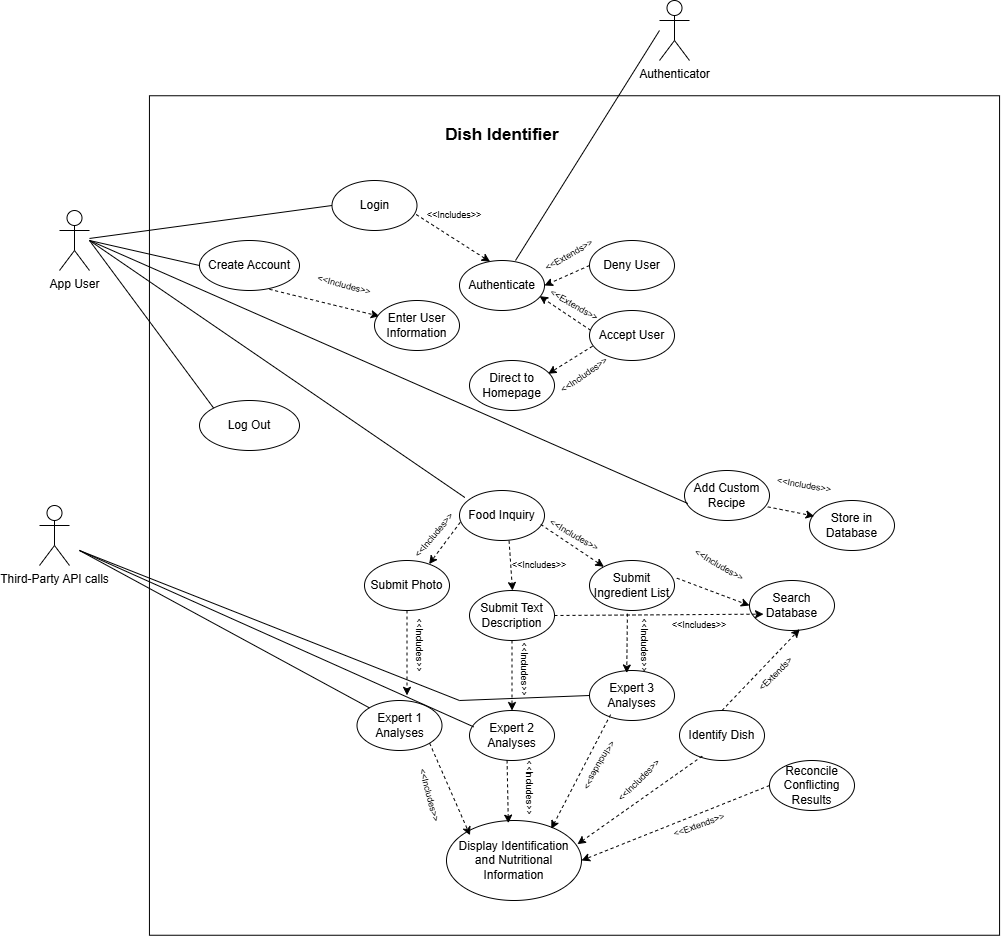
Earlier version of the draw.io export image/3_use_case_diagram.png (tasnint/3A04-Project). Source tidied: cells renumbered, new cells last; positions are measured from the earlier drawing's top-left corner, leaving out a move shared by most shapes.
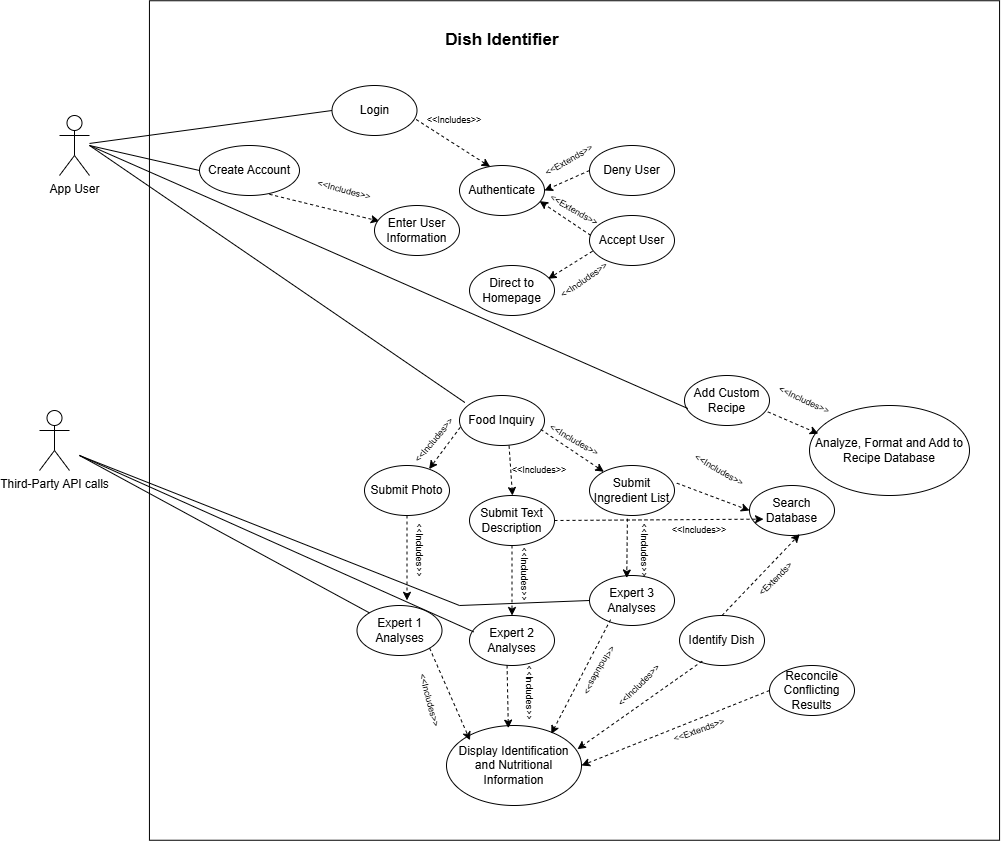
After the commit.

Commit message:
updated use case diagram

Change to the diagram source:
```diff
@@ -70,15 +70,6 @@
     <mxCell id="23" value="&lt;font&gt;&amp;lt;&amp;lt;Includes&amp;gt;&amp;gt;&lt;/font&gt;" style="text;html=1;align=center;verticalAlign=middle;whiteSpace=wrap;rounded=0;rotation=-35;fontSize=9;" parent="1" vertex="1">
       <mxGeometry x="515" y="360" width="60" height="30" as="geometry" />
     </mxCell>
-    <mxCell id="24" value="Authenticator" style="shape=umlActor;verticalLabelPosition=bottom;verticalAlign=top;html=1;" parent="1" vertex="1">
-      <mxGeometry x="620" width="30" height="60" as="geometry" />
-    </mxCell>
-    <mxCell id="25" style="endArrow=none;html=1;rounded=0;" parent="1" edge="1">
-      <mxGeometry relative="1" as="geometry">
-        <mxPoint x="476" y="260" as="sourcePoint" />
-        <mxPoint x="620" y="30" as="targetPoint" />
-      </mxGeometry>
-    </mxCell>
     <mxCell id="26" value="Food Inquiry" style="ellipse;whiteSpace=wrap;html=1;" parent="1" vertex="1">
       <mxGeometry x="420" y="490" width="85" height="50" as="geometry" />
     </mxCell>
@@ -164,11 +155,11 @@
     <mxCell id="52" value="Add Custom Recipe" style="ellipse;whiteSpace=wrap;html=1;" parent="1" vertex="1">
       <mxGeometry x="645" y="470" width="85" height="50" as="geometry" />
     </mxCell>
-    <mxCell id="53" value="Store in Database" style="ellipse;whiteSpace=wrap;html=1;" parent="1" vertex="1">
-      <mxGeometry x="770" y="500" width="85" height="50" as="geometry" />
+    <mxCell id="53" value="Analyze, Format and Add to Recipe Database" style="ellipse;whiteSpace=wrap;html=1;" parent="1" vertex="1">
+      <mxGeometry x="770" y="500" width="160" height="90" as="geometry" />
     </mxCell>
-    <mxCell id="54" value="&lt;font&gt;&amp;lt;&amp;lt;Includes&amp;gt;&amp;gt;&lt;/font&gt;" style="text;html=1;align=center;verticalAlign=middle;whiteSpace=wrap;rounded=0;rotation=10;fontSize=9;" parent="1" vertex="1">
-      <mxGeometry x="735" y="470" width="60" height="30" as="geometry" />
+    <mxCell id="54" value="&lt;font&gt;&amp;lt;&amp;lt;Includes&amp;gt;&amp;gt;&lt;/font&gt;" style="text;html=1;align=center;verticalAlign=middle;whiteSpace=wrap;rounded=0;rotation=25;fontSize=9;" parent="1" vertex="1">
+      <mxGeometry x="735" y="480" width="60" height="30" as="geometry" />
     </mxCell>
     <mxCell id="55" style="endArrow=classic;html=1;rounded=0;dashed=1;entryX=1;entryY=0.5;entryDx=0;entryDy=0;exitX=0;exitY=0.5;exitDx=0;exitDy=0;" parent="1" edge="1" source="56" target="41">
       <mxGeometry relative="1" as="geometry" />
@@ -246,13 +237,5 @@
     <mxCell id="74" value="&lt;font&gt;&amp;lt;&amp;lt;Includes&amp;gt;&amp;gt;&lt;/font&gt;" style="text;html=1;align=center;verticalAlign=middle;whiteSpace=wrap;rounded=0;rotation=90;fontSize=9;" parent="1" vertex="1">
       <mxGeometry x="575" y="630" width="60" height="30" as="geometry" />
     </mxCell>
-    <mxCell id="75" value="Log Out" style="ellipse;whiteSpace=wrap;html=1;" parent="1" vertex="1">
-      <mxGeometry x="160" y="400" width="100" height="50" as="geometry" />
-    </mxCell>
-    <mxCell id="76" style="endArrow=none;html=1;rounded=0;entryX=0;entryY=0;entryDx=0;entryDy=0;" parent="1" edge="1" target="75">
-      <mxGeometry relative="1" as="geometry">
-        <mxPoint x="50" y="240" as="sourcePoint" />
-      </mxGeometry>
-    </mxCell>
   </root>
 </mxGraphModel>
```
